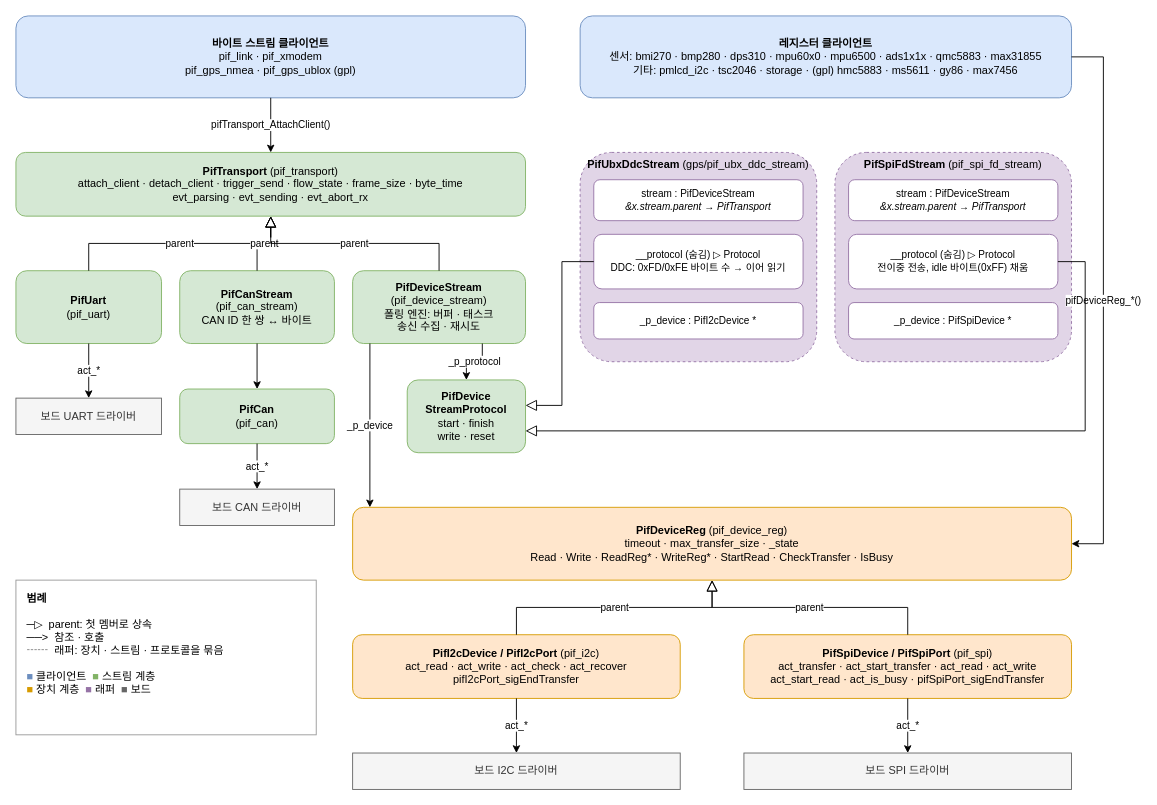
Before: docs/communication_structure.drawio in SlowlyBarefoot/pif, a draw.io diagram. Source tidied: cells renumbered, new cells numbered last; positions are measured from the earlier drawing's top-left corner, leaving out a move shared by most shapes. Both pictures are drawn from the tidied source at 91%, with x=0, y=0 at pixel (15, 15).
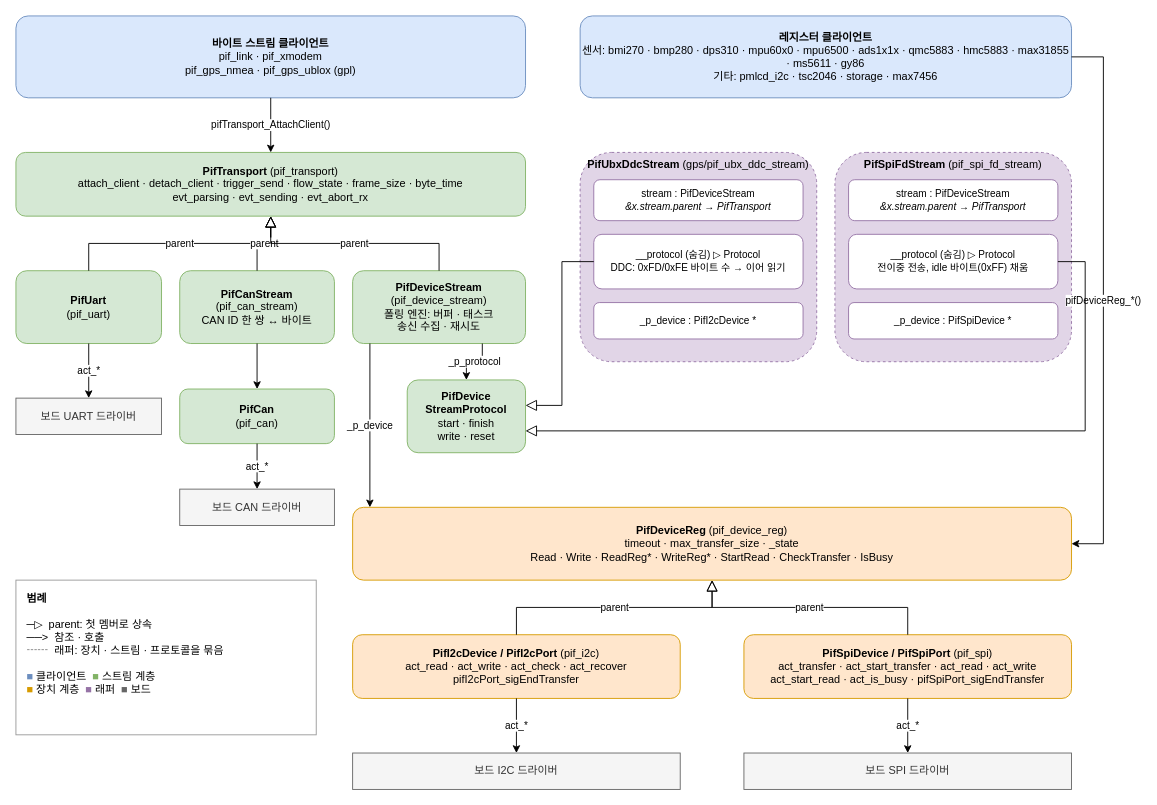
Above is the later version.

The edit, as a diff of the source:
```diff
@@
-    <mxCell id="3" value="&lt;b&gt;레지스터 클라이언트&lt;/b&gt;&lt;br&gt;센서: bmi270 · bmp280 · dps310 · mpu60x0 · mpu6500 · ads1x1x · qmc5883 · max31855&lt;br&gt;기타: pmlcd_i2c · tsc2046 · storage · (gpl) hmc5883 · ms5611 · gy86 · max7456" style="rounded=1;whiteSpace=wrap;html=1;fillColor=#dae8fc;strokeColor=#6c8ebf;fontSize=12;" parent="1" vertex="1">
+    <mxCell id="3" value="&lt;b&gt;레지스터 클라이언트&lt;/b&gt;&lt;br&gt;센서: bmi270 · bmp280 · dps310 · mpu60x0 · mpu6500 · ads1x1x · qmc5883 · hmc5883 · max31855 · ms5611 · gy86&lt;br&gt;기타: pmlcd_i2c · tsc2046 · storage · max7456" style="rounded=1;whiteSpace=wrap;html=1;fillColor=#dae8fc;strokeColor=#6c8ebf;fontSize=12;" parent="1" vertex="1">
       <mxGeometry x="620" width="540" height="90" as="geometry" />
     </mxCell>
```
